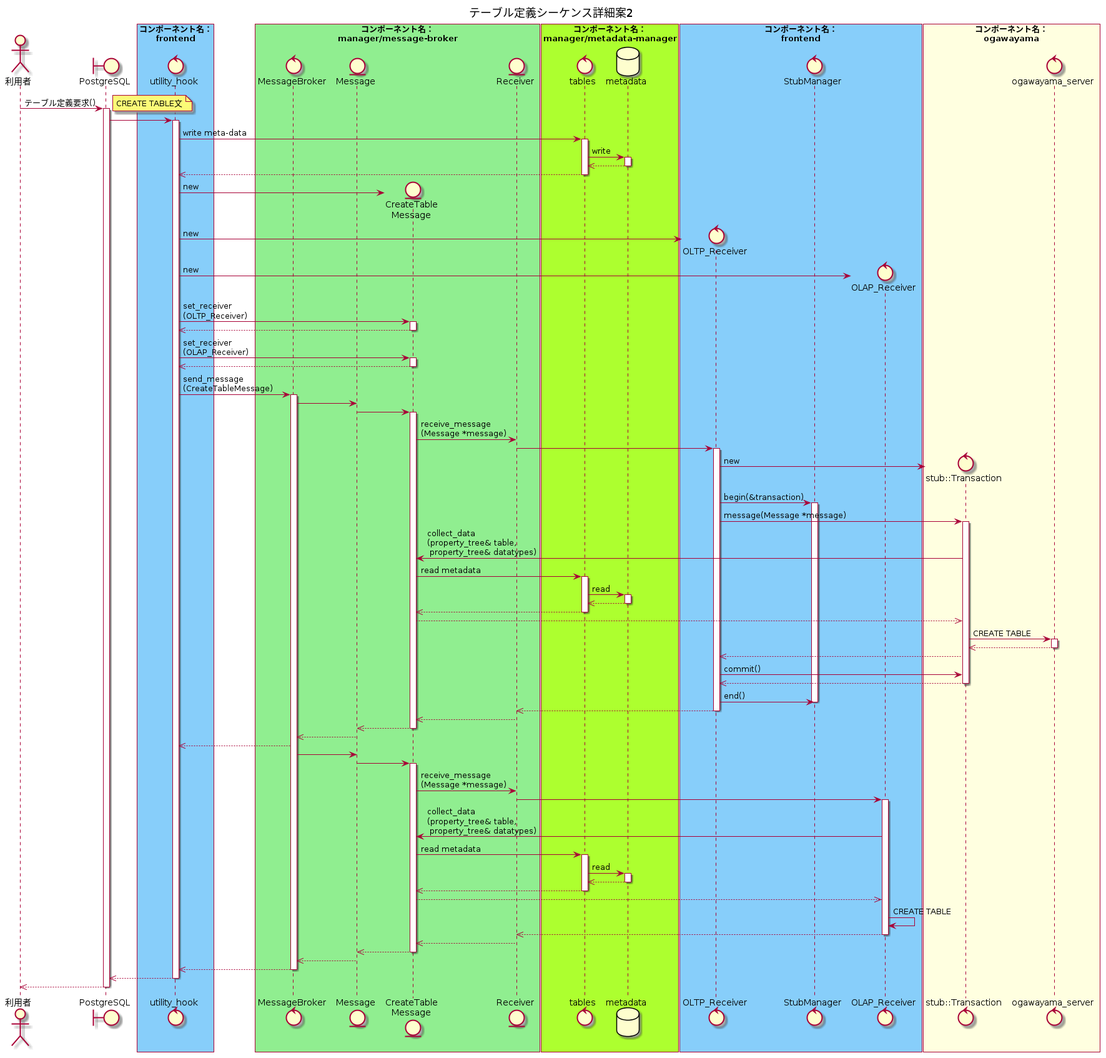
This is docs/design/img/out/CREATE_TABLE_detail/テーブル定義シーケンス詳細案2.png from project-tsurugi/tsurugi_fdw, a PlantUML export, as it was before one commit.
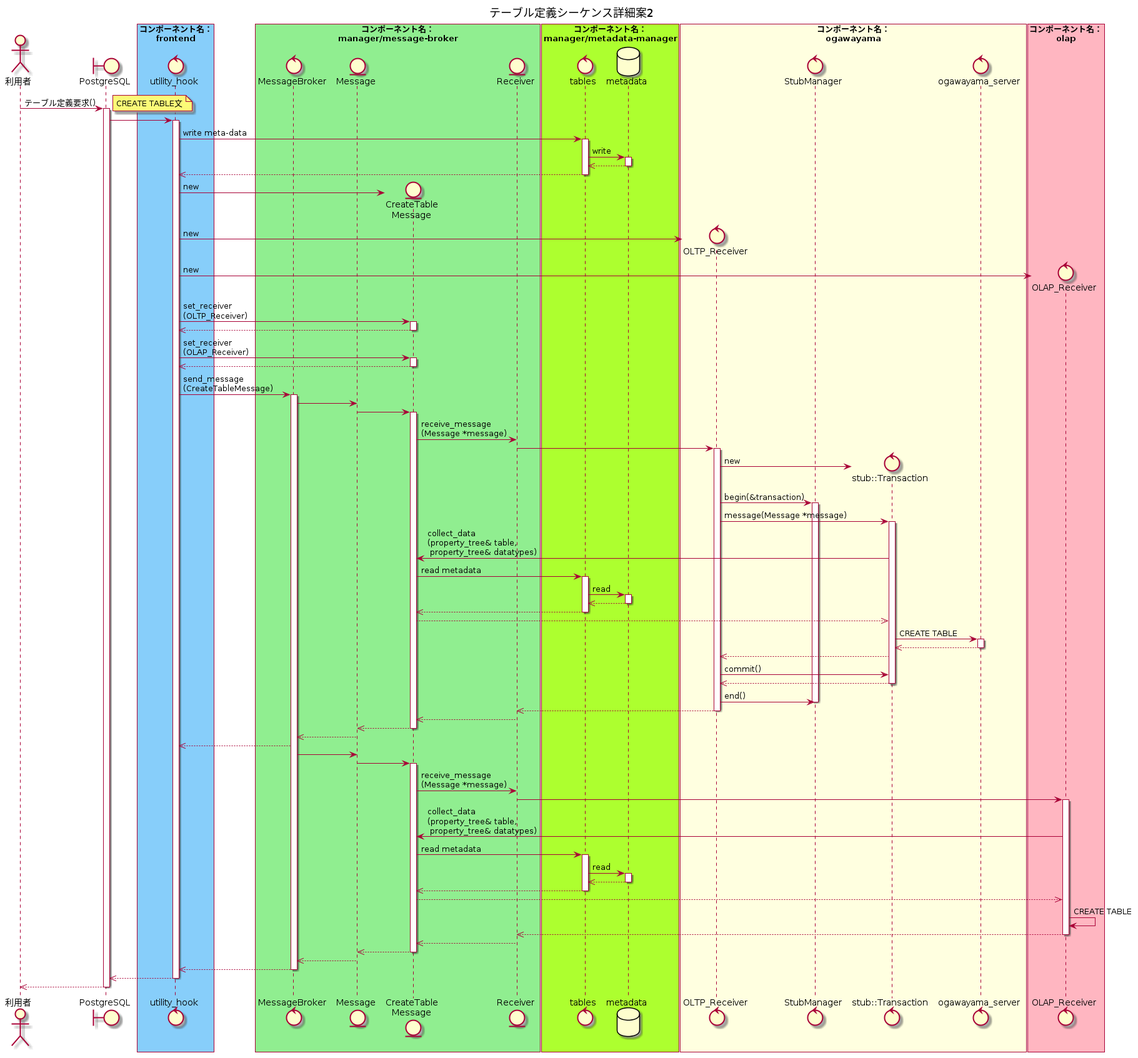
The same file after the commit.

Commit message:
Move the OLTP_Receiver from frontend to ogawayama

What changed in the source:
```diff
@@ -21,16 +21,17 @@
 database metadata
 end box
 
-box "コンポーネント名：\nfrontend" #LightSkyBlue
+box "コンポーネント名：\nogawayama" #LightYellow
 control "OLTP_Receiver" as oltp_receiver
 control StubManager
+control "stub::Transaction" as tran
+control ogawayama_server
+end box
+
+box "コンポーネント名：\nolap" #LightPink
 control "OLAP_Receiver" as olap_receiver
 end box
 
-box "コンポーネント名：\nogawayama" #LightYellow
-control "stub::Transaction" as tran
-control ogawayama_server
-end box
 
 利用者 -> PostgreSQL : テーブル定義要求()
 activate PostgreSQL
```
